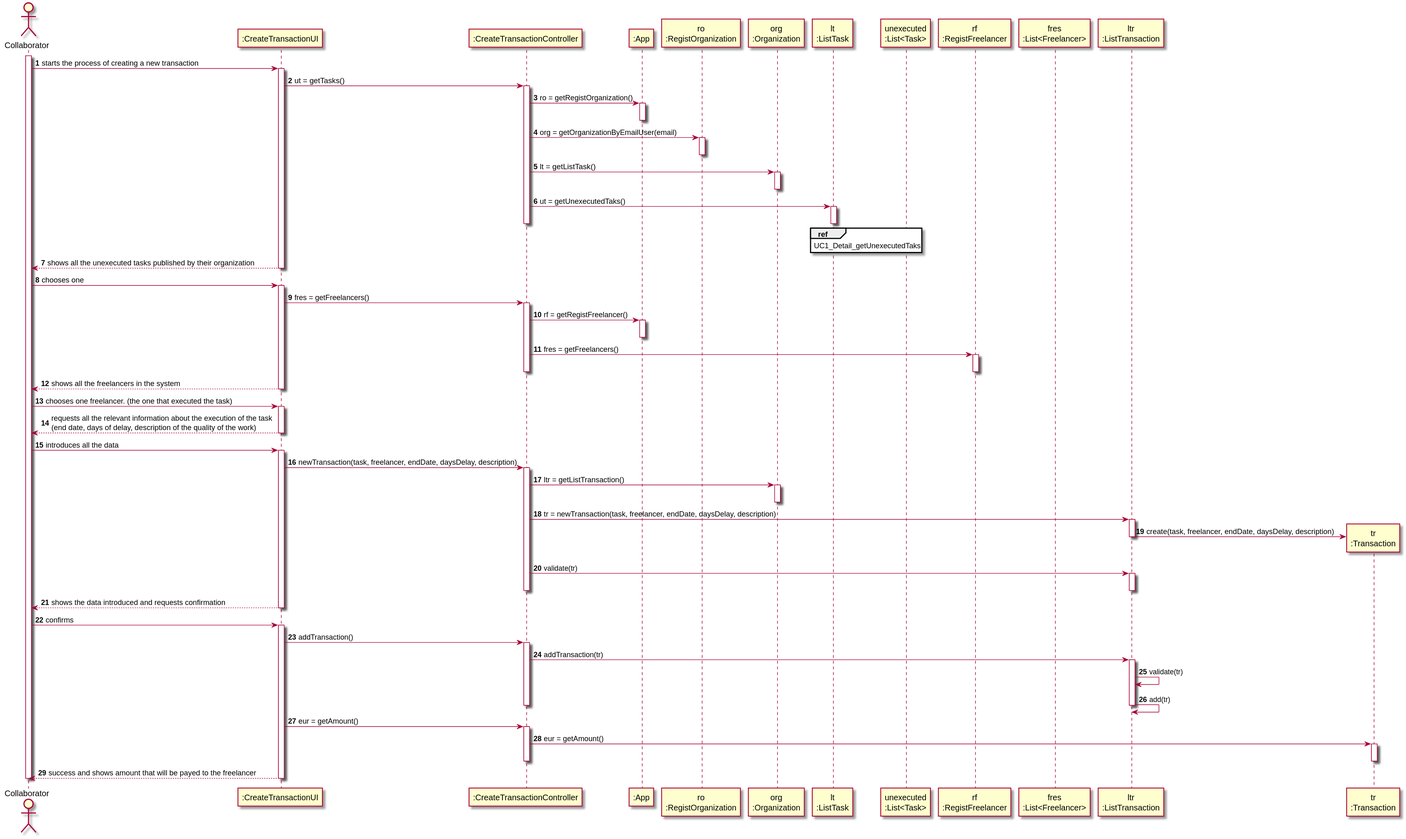
Above: docs/UC_01/SD.svg in botelho-io/lapr2-2020-g029 (PlantUML), before the change.
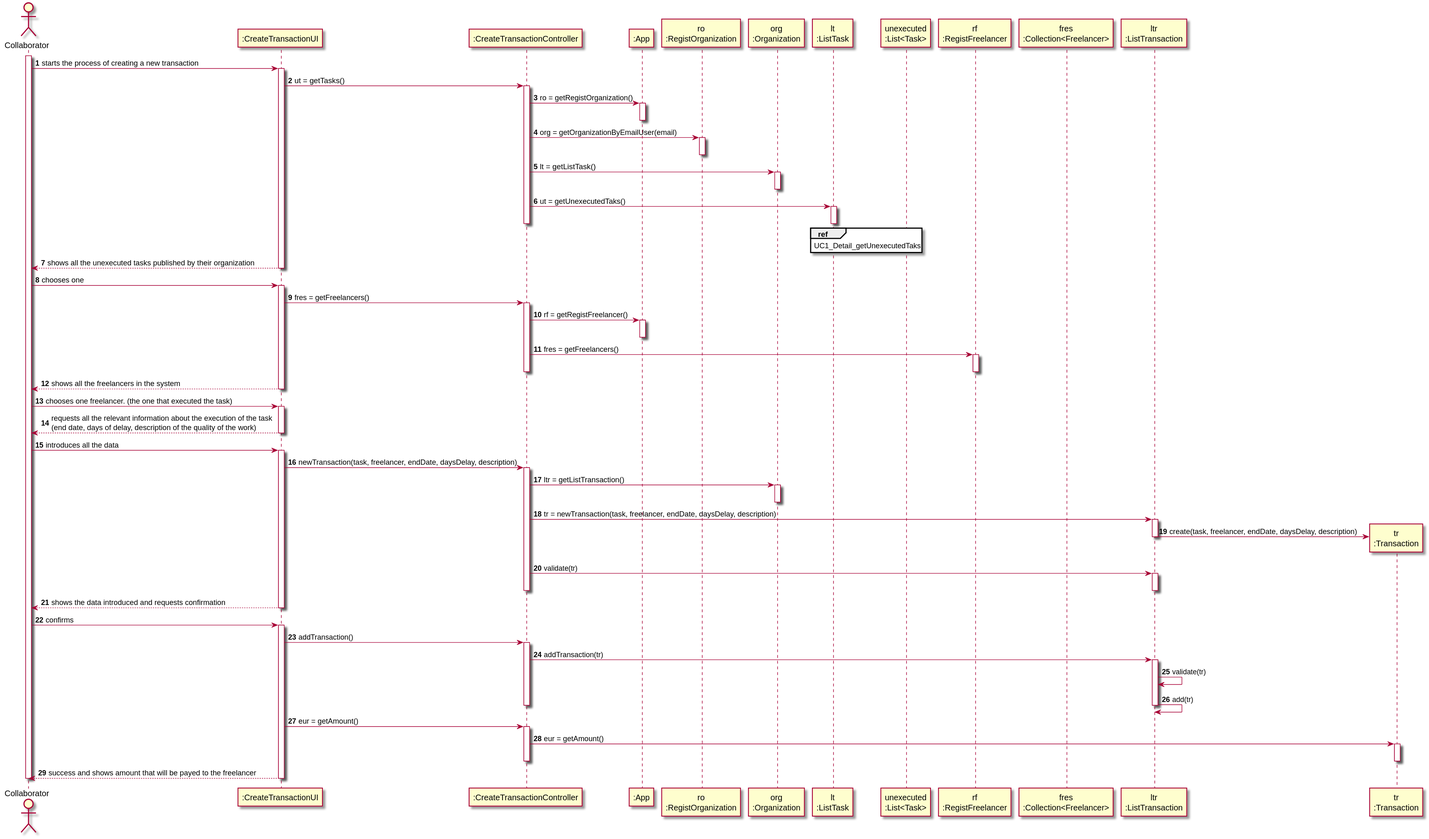
The same diagram one commit later.

What changed in the source:
```diff
@@ -10,7 +10,7 @@
 participant "lt\n:ListTask" as lt
 participant "unexecuted\n:List<Task>" as ut
 participant "rf\n:RegistFreelancer" as rf
-participant "fres\n:List<Freelancer>" as fres
+participant "fres\n:Collection<Freelancer>" as fres
 participant "ltr\n:ListTransaction" as ltr
 participant "tr\n:Transaction" as tr
 
```
